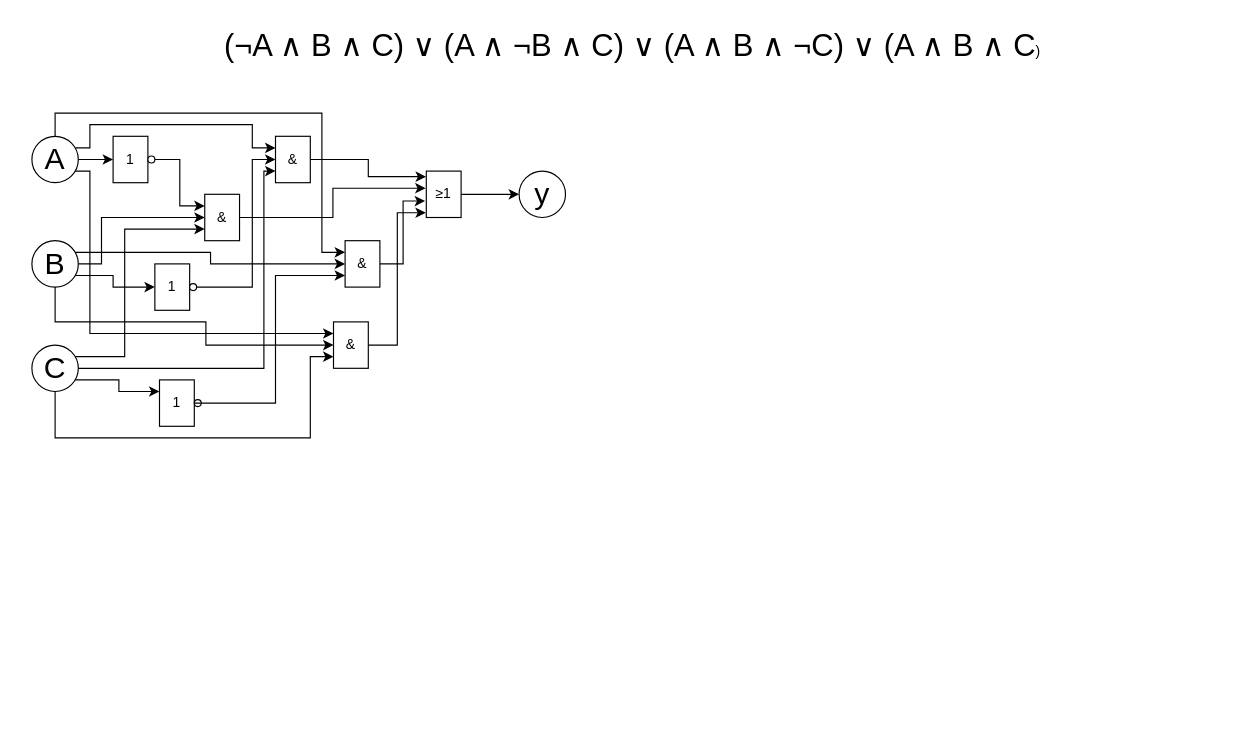
Before: 3-Schalte-SFP.drawio in Protarios/Steuerungstechnik, a draw.io diagram. Source tidied: cells renumbered, new cells numbered last; positions are measured from the earlier drawing's top-left corner, leaving out a move shared by most shapes. Both pictures are drawn from the tidied source at 116%, with x=0, y=0 at pixel (31, 20).
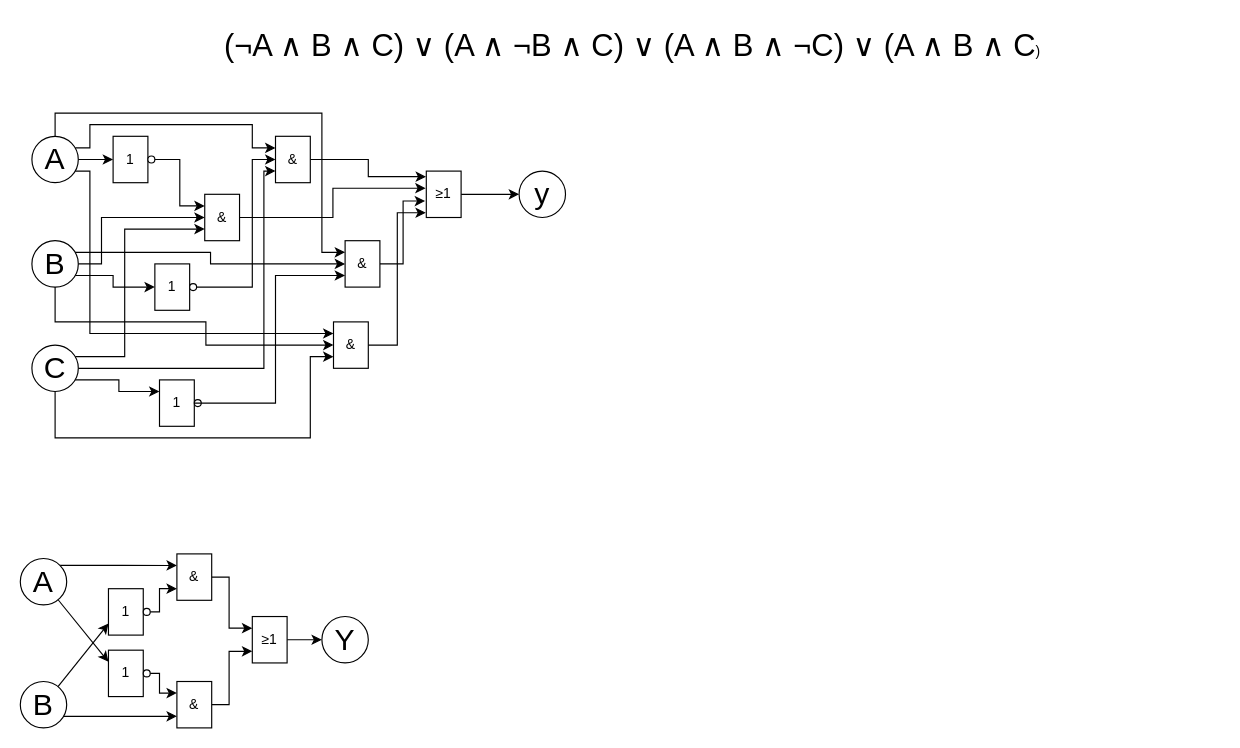
Above is the later version.

Change to the diagram source:
```diff
@@
+    <mxCell id="41" style="edgeStyle=orthogonalEdgeStyle;rounded=0;jettySize=auto;html=1;entryX=0;entryY=0.25;entryDx=0;entryDy=0;exitX=1;exitY=0;exitDx=0;exitDy=0;" parent="1" edge="1" source="43" target="55">
+      <mxGeometry relative="1" as="geometry" />
+    </mxCell>
+    <mxCell id="42" style="rounded=0;jettySize=auto;html=1;entryX=0;entryY=0.25;entryDx=0;entryDy=0;" parent="1" edge="1" source="43" target="49">
+      <mxGeometry relative="1" as="geometry" />
+    </mxCell>
+    <mxCell id="43" value="A" style="ellipse;whiteSpace=wrap;html=1;fontSize=26;" parent="1" vertex="1">
+      <mxGeometry x="-10" y="464" width="40" height="40" as="geometry" />
+    </mxCell>
+    <mxCell id="44" style="rounded=0;jettySize=auto;html=1;entryX=0;entryY=0.75;entryDx=0;entryDy=0;" parent="1" edge="1" source="46" target="52">
+      <mxGeometry relative="1" as="geometry" />
+    </mxCell>
+    <mxCell id="45" style="edgeStyle=orthogonalEdgeStyle;rounded=0;jettySize=auto;html=1;entryX=0;entryY=0.75;entryDx=0;entryDy=0;" parent="1" edge="1" source="46" target="60">
+      <mxGeometry relative="1" as="geometry">
+        <Array as="points">
+          <mxPoint x="50" y="600" />
+          <mxPoint x="50" y="600" />
+        </Array>
+      </mxGeometry>
+    </mxCell>
+    <mxCell id="46" value="B" style="ellipse;whiteSpace=wrap;html=1;fontSize=26;" parent="1" vertex="1">
+      <mxGeometry x="-10" y="570" width="40" height="40" as="geometry" />
+    </mxCell>
+    <mxCell id="47" value="Y" style="ellipse;whiteSpace=wrap;html=1;fontSize=26;" parent="1" vertex="1">
+      <mxGeometry x="250" y="514" width="40" height="40" as="geometry" />
+    </mxCell>
+    <mxCell id="48" style="group;" parent="1" vertex="1">
+      <mxGeometry x="66" y="543" width="36" height="40" as="geometry" />
+    </mxCell>
+    <mxCell id="49" value="1" style="rounded=0;whiteSpace=wrap;html=1;" parent="48" vertex="1">
+      <mxGeometry width="30" height="40" as="geometry" />
+    </mxCell>
+    <mxCell id="50" style="ellipse;whiteSpace=wrap;html=1;" parent="48" vertex="1">
+      <mxGeometry x="30" y="17" width="6" height="6" as="geometry" />
+    </mxCell>
+    <mxCell id="51" style="group;" parent="1" vertex="1">
+      <mxGeometry x="66" y="490" width="36" height="40" as="geometry" />
+    </mxCell>
+    <mxCell id="52" value="1" style="rounded=0;whiteSpace=wrap;html=1;" parent="51" vertex="1">
+      <mxGeometry width="30" height="40" as="geometry" />
+    </mxCell>
+    <mxCell id="53" style="ellipse;whiteSpace=wrap;html=1;" parent="51" vertex="1">
+      <mxGeometry x="30" y="17" width="6" height="6" as="geometry" />
+    </mxCell>
+    <mxCell id="54" style="edgeStyle=orthogonalEdgeStyle;rounded=0;jettySize=auto;html=1;entryX=0;entryY=0.25;entryDx=0;entryDy=0;" parent="1" edge="1" source="55" target="58">
+      <mxGeometry relative="1" as="geometry">
+        <Array as="points">
+          <mxPoint x="170" y="480" />
+          <mxPoint x="170" y="524" />
+        </Array>
+      </mxGeometry>
+    </mxCell>
+    <mxCell id="55" value="&amp;amp;" style="rounded=0;whiteSpace=wrap;html=1;" parent="1" vertex="1">
+      <mxGeometry x="125" y="460" width="30" height="40" as="geometry" />
+    </mxCell>
+    <mxCell id="56" style="edgeStyle=orthogonalEdgeStyle;rounded=0;jettySize=auto;html=1;exitX=1;exitY=0.5;exitDx=0;exitDy=0;entryX=0;entryY=0.75;entryDx=0;entryDy=0;" parent="1" edge="1" source="53" target="55">
+      <mxGeometry relative="1" as="geometry">
+        <Array as="points">
+          <mxPoint x="110" y="510" />
+          <mxPoint x="110" y="490" />
+        </Array>
+      </mxGeometry>
+    </mxCell>
+    <mxCell id="57" style="edgeStyle=orthogonalEdgeStyle;rounded=0;jettySize=auto;html=1;" parent="1" edge="1" source="58" target="47">
+      <mxGeometry relative="1" as="geometry" />
+    </mxCell>
+    <mxCell id="58" value="&lt;font face=&quot;Helvetica&quot;&gt;&lt;font&gt;&lt;span style=&quot;color: black; font-weight: normal;&quot;&gt;≥1&lt;/span&gt;&lt;/font&gt;&lt;/font&gt;" style="rounded=0;whiteSpace=wrap;html=1;" parent="1" vertex="1">
+      <mxGeometry x="190" y="514" width="30" height="40" as="geometry" />
+    </mxCell>
+    <mxCell id="59" style="edgeStyle=orthogonalEdgeStyle;rounded=0;jettySize=auto;html=1;entryX=0;entryY=0.75;entryDx=0;entryDy=0;" parent="1" edge="1" source="60" target="58">
+      <mxGeometry relative="1" as="geometry">
+        <Array as="points">
+          <mxPoint x="170" y="590" />
+          <mxPoint x="170" y="544" />
+        </Array>
+      </mxGeometry>
+    </mxCell>
+    <mxCell id="60" value="&amp;amp;" style="rounded=0;whiteSpace=wrap;html=1;" parent="1" vertex="1">
+      <mxGeometry x="125" y="570" width="30" height="40" as="geometry" />
+    </mxCell>
+    <mxCell id="61" style="edgeStyle=orthogonalEdgeStyle;rounded=0;jettySize=auto;html=1;entryX=0;entryY=0.25;entryDx=0;entryDy=0;exitX=1;exitY=0.5;exitDx=0;exitDy=0;" parent="1" edge="1" source="50" target="60">
+      <mxGeometry relative="1" as="geometry">
+        <Array as="points">
+          <mxPoint x="110" y="563" />
+          <mxPoint x="110" y="580" />
+        </Array>
+      </mxGeometry>
+    </mxCell>
```
